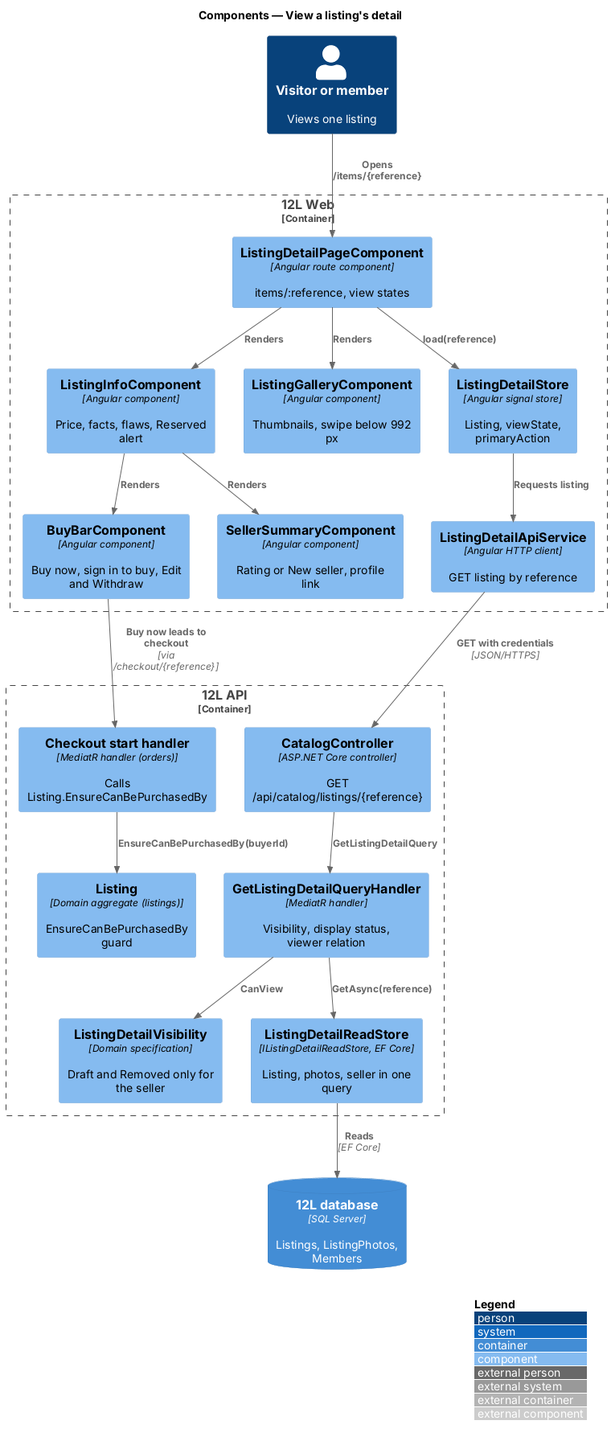
QuinntyneBrown/12l keeps this PlantUML diagram as docs/detailed-designs/catalog/view-listing-detail/diagrams/c4-component.png. Above is the earlier version. Source of this version:
```plantuml
@startuml
!include <C4/C4_Component>
LAYOUT_WITH_LEGEND()
title Components — View a listing's detail

Person(viewer, "Visitor or member", "Views one listing")
Container_Boundary(web, "12L Web") {
  Component(page, "ListingDetailPageComponent", "Angular route component", "items/:reference, view states")
  Component(store, "ListingDetailStore", "Angular signal store", "Listing, viewState, primaryAction")
  Component(gallery, "ListingGalleryComponent", "Angular component", "Thumbnails, swipe below 992 px")
  Component(info, "ListingInfoComponent", "Angular component", "Price, facts, flaws, Reserved alert")
  Component(seller, "SellerSummaryComponent", "Angular component", "Rating or New seller, profile link")
  Component(buybar, "BuyBarComponent", "Angular component", "Buy now, sign in to buy, Edit and Withdraw")
  Component(client, "ListingDetailApiService", "Angular HTTP client", "GET listing by reference")
}
Container_Boundary(api, "12L API") {
  Component(ctrl, "CatalogController", "ASP.NET Core controller", "GET /api/catalog/listings/{reference}")
  Component(handler, "GetListingDetailQueryHandler", "MediatR handler", "Visibility, display status, viewer relation")
  Component(vis, "ListingDetailVisibility", "Domain specification", "Draft and Removed only for the seller")
  Component(rs, "ListingDetailReadStore", "IListingDetailReadStore, EF Core", "Listing, photos, seller in one query")
  Component(checkout, "Checkout start handler", "MediatR handler (orders)", "Calls Listing.EnsureCanBePurchasedBy")
  Component(listing, "Listing", "Domain aggregate (listings)", "EnsureCanBePurchasedBy guard")
}
ContainerDb(db, "12L database", "SQL Server", "Listings, ListingPhotos, Members")

Rel(viewer, page, "Opens /items/{reference}")
Rel(page, store, "load(reference)")
Rel(page, gallery, "Renders")
Rel(page, info, "Renders")
Rel(info, seller, "Renders")
Rel(info, buybar, "Renders")
Rel(store, client, "Requests listing")
Rel(client, ctrl, "GET with credentials", "JSON/HTTPS")
Rel(ctrl, handler, "GetListingDetailQuery")
Rel(handler, vis, "CanView")
Rel(handler, rs, "GetAsync(reference)")
Rel(rs, db, "Reads", "EF Core")
Rel(buybar, checkout, "Buy now leads to checkout", "via /checkout/{reference}")
Rel(checkout, listing, "EnsureCanBePurchasedBy(buyerId)")
@enduml
```
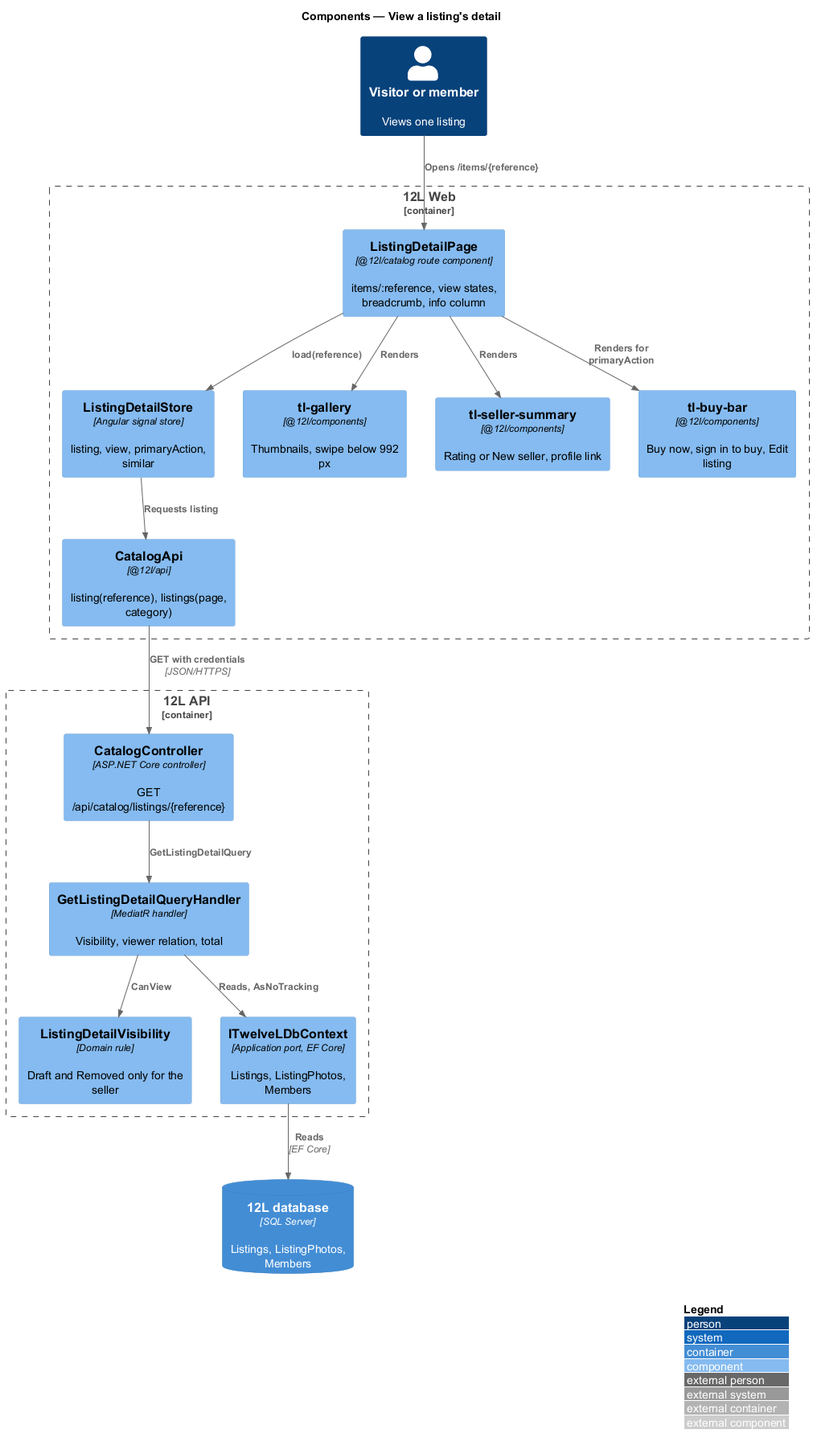
Later version of the same file.

What changed in the source:
```diff
@@ -5,36 +5,30 @@
 
 Person(viewer, "Visitor or member", "Views one listing")
 Container_Boundary(web, "12L Web") {
-  Component(page, "ListingDetailPageComponent", "Angular route component", "items/:reference, view states")
-  Component(store, "ListingDetailStore", "Angular signal store", "Listing, viewState, primaryAction")
-  Component(gallery, "ListingGalleryComponent", "Angular component", "Thumbnails, swipe below 992 px")
-  Component(info, "ListingInfoComponent", "Angular component", "Price, facts, flaws, Reserved alert")
-  Component(seller, "SellerSummaryComponent", "Angular component", "Rating or New seller, profile link")
-  Component(buybar, "BuyBarComponent", "Angular component", "Buy now, sign in to buy, Edit and Withdraw")
-  Component(client, "ListingDetailApiService", "Angular HTTP client", "GET listing by reference")
+  Component(page, "ListingDetailPage", "@12l/catalog route component", "items/:reference, view states, breadcrumb, info column")
+  Component(store, "ListingDetailStore", "Angular signal store", "listing, view, primaryAction, similar")
+  Component(gallery, "tl-gallery", "@12l/components", "Thumbnails, swipe below 992 px")
+  Component(seller, "tl-seller-summary", "@12l/components", "Rating or New seller, profile link")
+  Component(buybar, "tl-buy-bar", "@12l/components", "Buy now, sign in to buy, Edit listing")
+  Component(client, "CatalogApi", "@12l/api", "listing(reference), listings(page, category)")
 }
 Container_Boundary(api, "12L API") {
   Component(ctrl, "CatalogController", "ASP.NET Core controller", "GET /api/catalog/listings/{reference}")
-  Component(handler, "GetListingDetailQueryHandler", "MediatR handler", "Visibility, display status, viewer relation")
-  Component(vis, "ListingDetailVisibility", "Domain specification", "Draft and Removed only for the seller")
-  Component(rs, "ListingDetailReadStore", "IListingDetailReadStore, EF Core", "Listing, photos, seller in one query")
-  Component(checkout, "Checkout start handler", "MediatR handler (orders)", "Calls Listing.EnsureCanBePurchasedBy")
-  Component(listing, "Listing", "Domain aggregate (listings)", "EnsureCanBePurchasedBy guard")
+  Component(handler, "GetListingDetailQueryHandler", "MediatR handler", "Visibility, viewer relation, total")
+  Component(vis, "ListingDetailVisibility", "Domain rule", "Draft and Removed only for the seller")
+  Component(dbctx, "ITwelveLDbContext", "Application port, EF Core", "Listings, ListingPhotos, Members")
 }
 ContainerDb(db, "12L database", "SQL Server", "Listings, ListingPhotos, Members")
 
 Rel(viewer, page, "Opens /items/{reference}")
 Rel(page, store, "load(reference)")
 Rel(page, gallery, "Renders")
-Rel(page, info, "Renders")
-Rel(info, seller, "Renders")
-Rel(info, buybar, "Renders")
+Rel(page, seller, "Renders")
+Rel(page, buybar, "Renders for primaryAction")
 Rel(store, client, "Requests listing")
 Rel(client, ctrl, "GET with credentials", "JSON/HTTPS")
 Rel(ctrl, handler, "GetListingDetailQuery")
 Rel(handler, vis, "CanView")
-Rel(handler, rs, "GetAsync(reference)")
-Rel(rs, db, "Reads", "EF Core")
-Rel(buybar, checkout, "Buy now leads to checkout", "via /checkout/{reference}")
-Rel(checkout, listing, "EnsureCanBePurchasedBy(buyerId)")
+Rel(handler, dbctx, "Reads, AsNoTracking")
+Rel(dbctx, db, "Reads", "EF Core")
 @enduml
```
